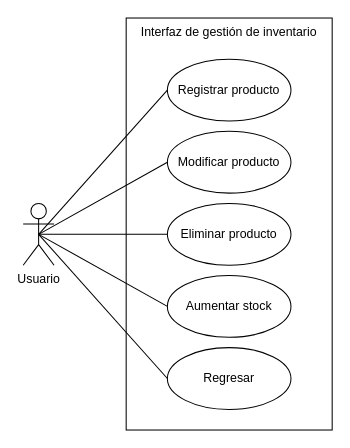
Above: gestion inventario.drawio in Ovills/analisis (draw.io), before the change. Source tidied: cells renumbered, new cells numbered last; positions are measured from the earlier drawing's top-left corner, leaving out a move shared by most shapes. Both pictures are drawn from the tidied source at 103%, with x=0, y=0 at pixel (23, 18).
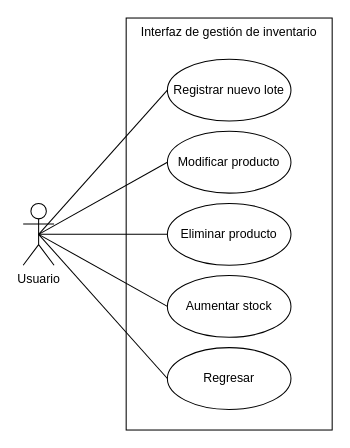
The same page after the edit.

Diff of the diagram source:
```diff
@@
 <mxGraphModel>
   <root>
     <mxCell id="0" />
     <mxCell id="1" parent="0" />
     <mxCell id="2" value="Usuario" style="shape=umlActor;verticalLabelPosition=bottom;verticalAlign=top;html=1;outlineConnect=0;fillColor=none;" parent="1" vertex="1">
       <mxGeometry y="180" width="30" height="60" as="geometry" />
     </mxCell>
     <mxCell id="3" value="Interfaz de gestión de inventario" style="rounded=0;whiteSpace=wrap;html=1;fillColor=none;verticalAlign=top;" parent="1" vertex="1">
       <mxGeometry x="100" width="200" height="400" as="geometry" />
     </mxCell>
-    <mxCell id="4" value="Registrar producto" style="ellipse;whiteSpace=wrap;html=1;fillColor=none;" parent="1" vertex="1">
+    <mxCell id="4" value="Registrar nuevo lote" style="ellipse;whiteSpace=wrap;html=1;fillColor=none;" parent="1" vertex="1">
       <mxGeometry x="140" y="40" width="120" height="60" as="geometry" />
     </mxCell>
     <mxCell id="5" value="Modificar producto" style="ellipse;whiteSpace=wrap;html=1;fillColor=none;" parent="1" vertex="1">
       <mxGeometry x="140" y="110" width="120" height="60" as="geometry" />
     </mxCell>
     <mxCell id="6" value="Eliminar producto" style="ellipse;whiteSpace=wrap;html=1;fillColor=none;" parent="1" vertex="1">
       <mxGeometry x="140" y="180" width="120" height="60" as="geometry" />
     </mxCell>
     <mxCell id="7" value="Aumentar stock" style="ellipse;whiteSpace=wrap;html=1;fillColor=none;" parent="1" vertex="1">
       <mxGeometry x="140" y="250" width="120" height="60" as="geometry" />
     </mxCell>
     <mxCell id="8" value="Regresar" style="ellipse;whiteSpace=wrap;html=1;fillColor=none;" parent="1" vertex="1">
       <mxGeometry x="140" y="320" width="120" height="60" as="geometry" />
     </mxCell>
     <mxCell id="9" style="endArrow=none;html=1;rounded=0;exitX=0.5;exitY=0.5;exitDx=0;exitDy=0;exitPerimeter=0;entryX=0;entryY=0.5;entryDx=0;entryDy=0;" parent="1" edge="1" source="2" target="4">
       <mxGeometry relative="1" as="geometry" />
     </mxCell>
     <mxCell id="10" style="endArrow=none;html=1;rounded=0;exitX=0.5;exitY=0.5;exitDx=0;exitDy=0;exitPerimeter=0;entryX=0;entryY=0.5;entryDx=0;entryDy=0;" parent="1" edge="1" source="2" target="5">
       <mxGeometry relative="1" as="geometry" />
     </mxCell>
     <mxCell id="11" style="endArrow=none;html=1;rounded=0;exitX=0.5;exitY=0.5;exitDx=0;exitDy=0;exitPerimeter=0;entryX=0;entryY=0.5;entryDx=0;entryDy=0;" parent="1" edge="1" source="2" target="6">
       <mxGeometry relative="1" as="geometry" />
     </mxCell>
     <mxCell id="12" style="endArrow=none;html=1;rounded=0;exitX=0.5;exitY=0.5;exitDx=0;exitDy=0;exitPerimeter=0;entryX=0;entryY=0.5;entryDx=0;entryDy=0;" parent="1" edge="1" source="2" target="7">
       <mxGeometry relative="1" as="geometry" />
     </mxCell>
     <mxCell id="13" style="endArrow=none;html=1;rounded=0;exitX=0.5;exitY=0.5;exitDx=0;exitDy=0;exitPerimeter=0;entryX=0;entryY=0.5;entryDx=0;entryDy=0;" parent="1" edge="1" source="2" target="8">
       <mxGeometry relative="1" as="geometry" />
     </mxCell>
   </root>
 </mxGraphModel>
```
